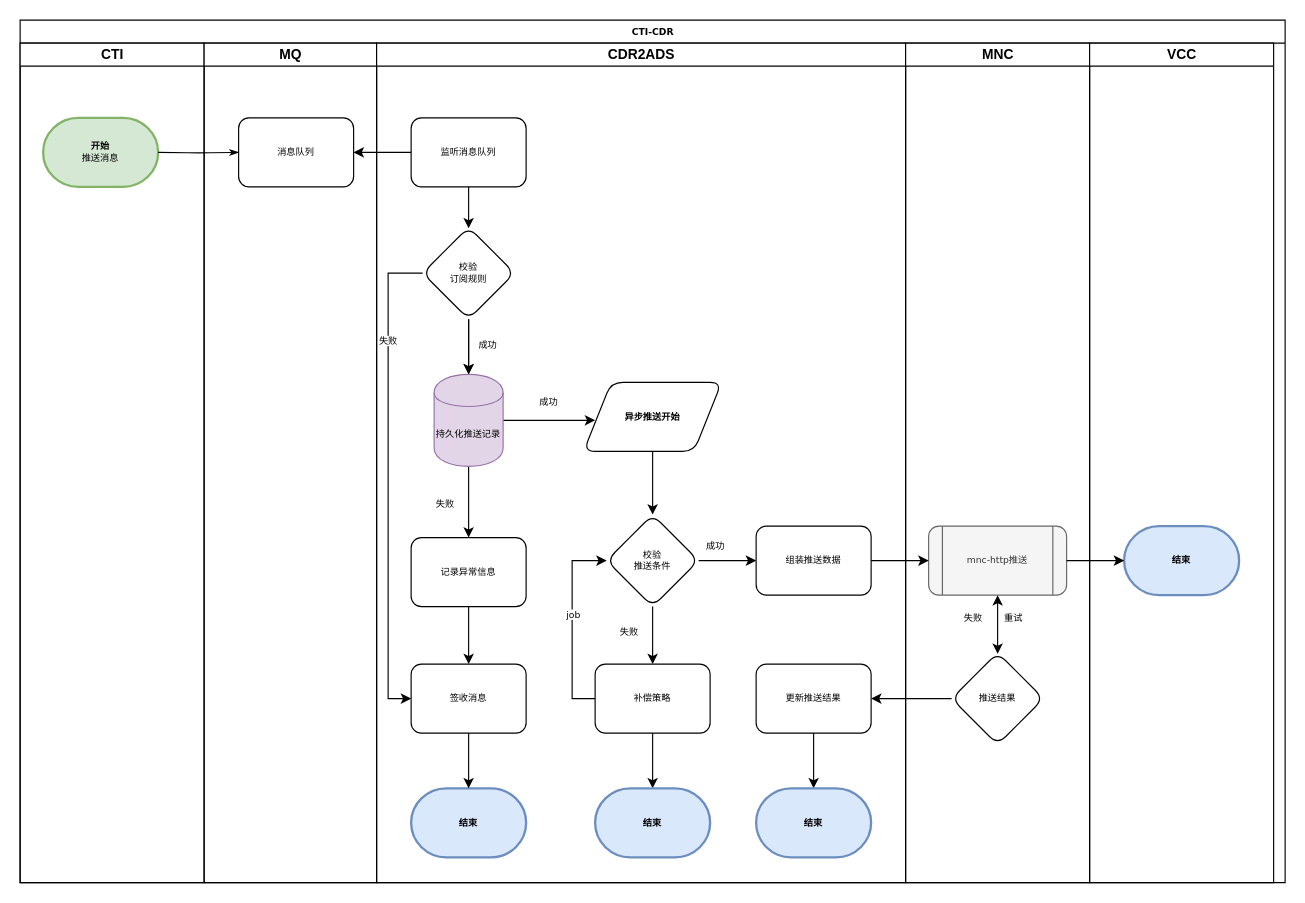
The draw.io diagram cdr2ads.drawio in brahao/draw.io, before the edit. Source tidied: cells renumbered, new cells numbered last; positions are measured from the earlier drawing's top-left corner, leaving out a move shared by most shapes. Both pictures are drawn from the tidied source at 115%, with x=0, y=0 at pixel (20, 20).
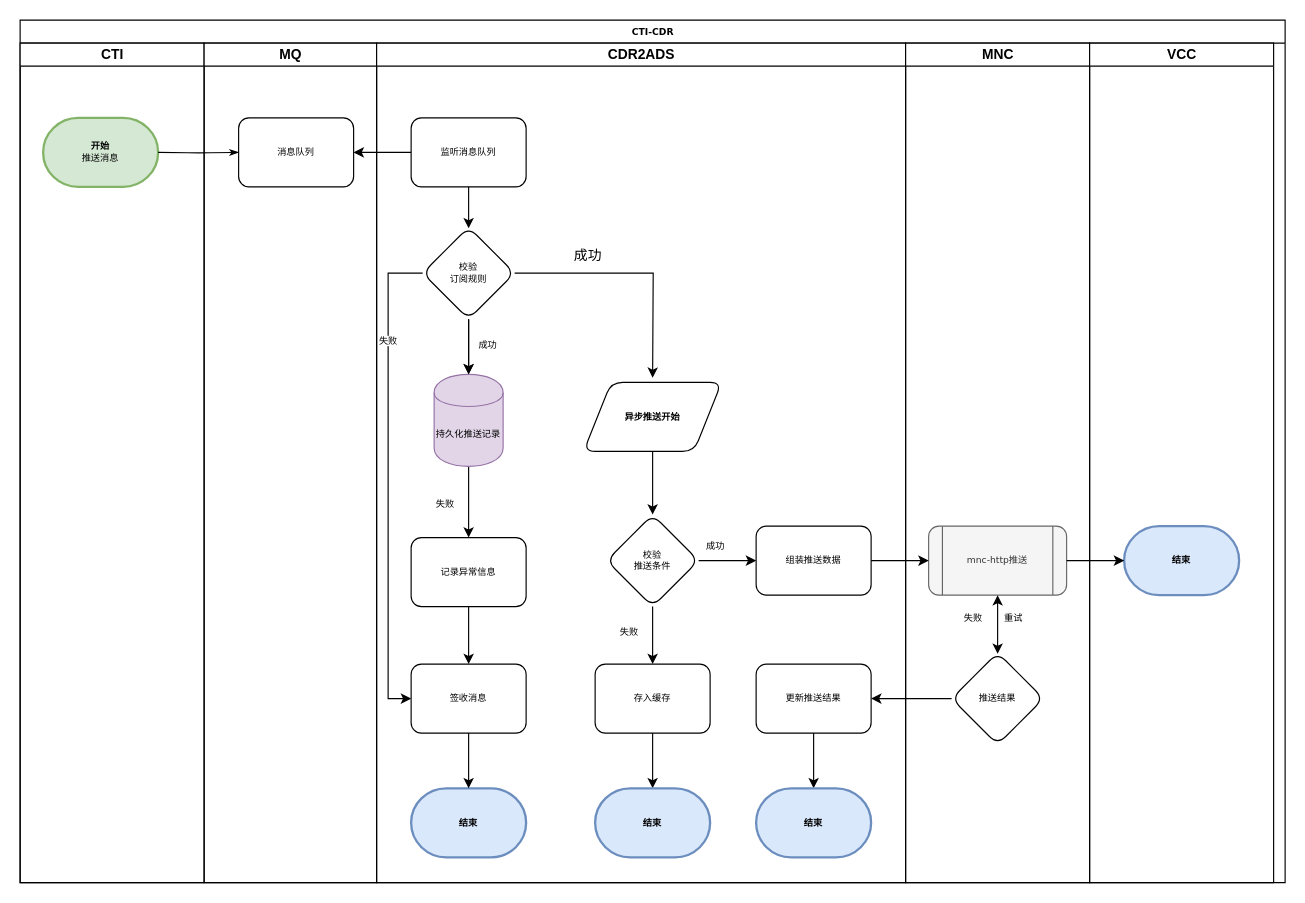
After the change.

Unchanged cells that the change refers to:
```xml
<mxCell id="8" value="CDR2ADS" style="swimlane;html=1;startSize=20;" parent="2" vertex="1">
  <mxGeometry x="310" y="20" width="460" height="730" as="geometry" />
</mxCell>
<mxCell id="13" value="持久化推送记录" style="shape=cylinder;whiteSpace=wrap;html=1;boundedLbl=1;backgroundOutline=1;rounded=1;shadow=0;strokeWidth=1;fontFamily=Verdana;fontSize=8;fillColor=#e1d5e7;strokeColor=#9673a6;" parent="8" vertex="1">
  <mxGeometry x="50" y="288" width="60" height="80" as="geometry" />
</mxCell>
<mxCell id="17" value="校验&lt;br&gt;订阅规则" style="rhombus;whiteSpace=wrap;html=1;rounded=1;shadow=0;strokeWidth=1;fontFamily=Verdana;fontSize=8;" parent="8" vertex="1">
  <mxGeometry x="40" y="160" width="80" height="80" as="geometry" />
</mxCell>
<mxCell id="26" value="校验&lt;br&gt;推送条件" style="rhombus;whiteSpace=wrap;html=1;rounded=1;shadow=0;strokeWidth=1;fontFamily=Verdana;fontSize=8;" parent="8" vertex="1">
  <mxGeometry x="200" y="410" width="80" height="80" as="geometry" />
</mxCell>
```

The edit, as a diff of the source:
```diff
@@
-    <mxCell id="12" style="edgeStyle=orthogonalEdgeStyle;rounded=0;jettySize=auto;html=1;fontFamily=Verdana;fontSize=8;" parent="8" edge="1" source="13">
-      <mxGeometry relative="1" as="geometry">
-        <mxPoint x="190" y="328" as="targetPoint" />
-      </mxGeometry>
-    </mxCell>
@@
+    <mxCell id="55" style="edgeStyle=orthogonalEdgeStyle;rounded=0;jettySize=auto;html=1;" parent="8" edge="1" source="17">
+      <mxGeometry relative="1" as="geometry">
+        <mxPoint x="240" y="291" as="targetPoint" />
+      </mxGeometry>
+    </mxCell>
@@
-    <mxCell id="30" style="edgeStyle=orthogonalEdgeStyle;rounded=0;jettySize=auto;html=1;entryX=0;entryY=0.5;entryDx=0;entryDy=0;fontFamily=Verdana;fontSize=8;" parent="8" edge="1" source="32" target="26">
-      <mxGeometry relative="1" as="geometry">
-        <Array as="points">
-          <mxPoint x="170" y="570" />
-          <mxPoint x="170" y="450" />
-        </Array>
-      </mxGeometry>
-    </mxCell>
-    <mxCell id="31" value="job" style="text;html=1;align=center;verticalAlign=middle;labelBackgroundColor=#ffffff;fontSize=8;fontFamily=Verdana;" parent="30" vertex="1">
-      <mxGeometry x="0.11" relative="1" as="geometry" />
-    </mxCell>
-    <mxCell id="32" value="补偿策略" style="rounded=1;whiteSpace=wrap;html=1;shadow=0;labelBackgroundColor=none;strokeColor=#000000;strokeWidth=1;fillColor=#ffffff;fontFamily=Verdana;fontSize=8;fontColor=#000000;align=center;" parent="8" vertex="1">
+    <mxCell id="32" value="存入缓存" style="rounded=1;whiteSpace=wrap;html=1;shadow=0;labelBackgroundColor=none;strokeColor=#000000;strokeWidth=1;fillColor=#ffffff;fontFamily=Verdana;fontSize=8;fontColor=#000000;align=center;" parent="8" vertex="1">
       <mxGeometry x="190" y="540" width="100" height="60" as="geometry" />
     </mxCell>
@@
-    <mxCell id="37" value="成功" style="text;html=1;align=left;verticalAlign=top;spacingTop=-4;fontSize=8;fontFamily=Verdana;" parent="8" vertex="1">
-      <mxGeometry x="140" y="305" width="30" height="10" as="geometry" />
-    </mxCell>
@@
+    <mxCell id="37" value="成功" style="text;html=1;align=left;verticalAlign=top;spacingTop=-4;" parent="8" vertex="1">
+      <mxGeometry x="170" y="175" width="40" height="20" as="geometry" />
+    </mxCell>
```
